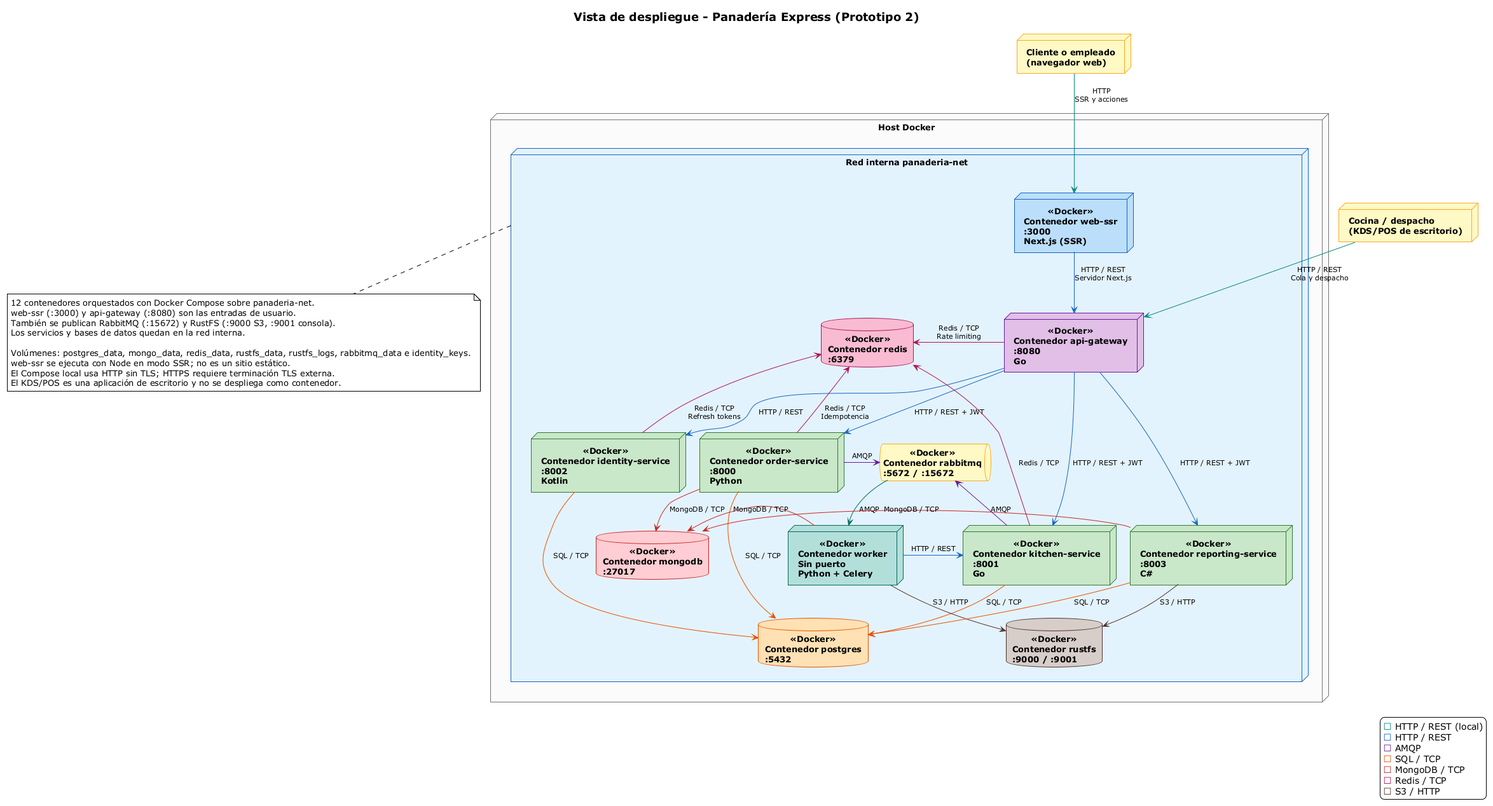
The PlantUML diagram g3-H-PanTech/docs/tiers_despliegue P2.png in unal-sw-arch/swarch-2026ii, before a commit. Source of this version:
```plantuml
@startuml
!theme plain
top to bottom direction
skinparam shadowing false
skinparam defaultFontSize 13
skinparam nodesep 22
skinparam ranksep 38
skinparam ArrowFontSize 11
skinparam titleFontSize 18
skinparam titleFontStyle bold
skinparam node {
  FontStyle bold
}
skinparam database {
  FontStyle bold
}
skinparam queue {
  FontStyle bold
}

title Vista de despliegue - Panadería Express (Prototipo 2)

node "Cliente o empleado\n(navegador web)" as Browser #FFF9C4;line:F9A825
node "Cocina / despacho\n(KDS/POS de escritorio)" as KDS #FFF9C4;line:F9A825

node "Host Docker" as Host #FAFAFA;line:757575 {
  node "Red interna panaderia-net" as Net #E3F2FD;line:1565C0 {
    node "Contenedor web-ssr\n:3000\nNext.js (SSR)" as Web <<Docker>> #BBDEFB;line:1565C0
    node "Contenedor api-gateway\n:8080\nGo" as GW <<Docker>> #E1BEE7;line:6A1B9A

    node "Contenedor identity-service\n:8002\nKotlin" as Identity <<Docker>> #C8E6C9;line:2E7D32
    node "Contenedor order-service\n:8000\nPython" as Order <<Docker>> #C8E6C9;line:2E7D32
    node "Contenedor kitchen-service\n:8001\nGo" as Kitchen <<Docker>> #C8E6C9;line:2E7D32
    node "Contenedor reporting-service\n:8003\nC#" as Reporting <<Docker>> #C8E6C9;line:2E7D32
    node "Contenedor worker\nSin puerto\nPython + Celery" as Worker <<Docker>> #B2DFDB;line:00695C

    queue "Contenedor rabbitmq\n:5672 / :15672" as MQ <<Docker>> #FFF9C4;line:F9A825

    database "Contenedor postgres\n:5432" as PG <<Docker>> #FFE0B2;line:E65100
    database "Contenedor mongodb\n:27017" as Mongo <<Docker>> #FFCDD2;line:C62828
    database "Contenedor redis\n:6379" as Redis <<Docker>> #F8BBD0;line:AD1457
    database "Contenedor rustfs\n:9000 / :9001" as RustFS <<Docker>> #D7CCC8;line:4E342E
  }
}

Browser -[#00897B]down-> Web : HTTP\nSSR y acciones
KDS -[#00897B]down-> GW : HTTP / REST\nCola y despacho

Web -[#1565C0]down-> GW : HTTP / REST\nServidor Next.js

GW -[#1565C0]down-> Identity : HTTP / REST
GW -[#1565C0]down-> Order : HTTP / REST + JWT
GW -[#1565C0]down-> Kitchen : HTTP / REST + JWT
GW -[#1565C0]down-> Reporting : HTTP / REST + JWT

GW -[#AD1457]left-> Redis : Redis / TCP\nRate limiting
Identity -[#E65100]down-> PG : SQL / TCP
Identity -[#AD1457]left-> Redis : Redis / TCP\nRefresh tokens
Order -[#E65100]down-> PG : SQL / TCP
Order -[#C62828]right-> Mongo : MongoDB / TCP
Order -[#AD1457]left-> Redis : Redis / TCP\nIdempotencia
Order -[#6A1B9A]right-> MQ : AMQP
Kitchen -[#E65100]down-> PG : SQL / TCP
Kitchen -[#AD1457]down-> Redis : Redis / TCP
Kitchen -[#6A1B9A]left-> MQ : AMQP
MQ -[#00695C]down-> Worker : AMQP
Worker -[#1565C0]right-> Kitchen : HTTP / REST
Worker -[#C62828]left-> Mongo : MongoDB / TCP
Worker -[#4E342E]down-> RustFS : S3 / HTTP
Reporting -[#E65100]down-> PG : SQL / TCP
Reporting -[#C62828]left-> Mongo : MongoDB / TCP
Reporting -[#4E342E]down-> RustFS : S3 / HTTP

note bottom of Net
  12 contenedores orquestados con Docker Compose sobre panaderia-net.
  web-ssr (:3000) y api-gateway (:8080) son las entradas de usuario.
  También se publican RabbitMQ (:15672) y RustFS (:9000 S3, :9001 consola).
  Los servicios y bases de datos quedan en la red interna.

  Volúmenes: postgres_data, mongo_data, redis_data, rustfs_data, rustfs_logs, rabbitmq_data e identity_keys.
  web-ssr se ejecuta con Node en modo SSR; no es un sitio estático.
  El Compose local usa HTTP sin TLS; HTTPS requiere terminación TLS externa.
  El KDS/POS es una aplicación de escritorio y no se despliega como contenedor.
end note

legend right
  <color:#00897B>■</color> HTTP / REST (local)
  <color:#1565C0>■</color> HTTP / REST
  <color:#6A1B9A>■</color> AMQP
  <color:#E65100>■</color> SQL / TCP
  <color:#C62828>■</color> MongoDB / TCP
  <color:#AD1457>■</color> Redis / TCP
  <color:#4E342E>■</color> S3 / HTTP
endlegend

@enduml
```
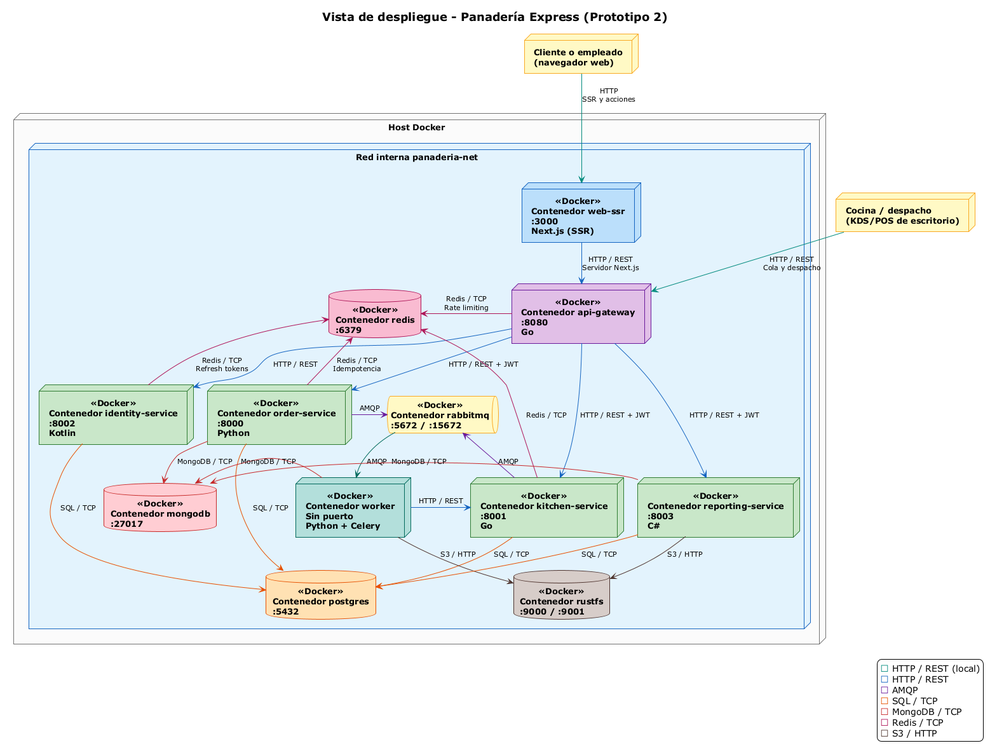
Above is the later version.

Commit message:
docs: remove deployment diagram note

Change to the diagram source:
```diff
@@ -71,18 +71,6 @@
 Reporting -[#C62828]left-> Mongo : MongoDB / TCP
 Reporting -[#4E342E]down-> RustFS : S3 / HTTP
 
-note bottom of Net
-  12 contenedores orquestados con Docker Compose sobre panaderia-net.
-  web-ssr (:3000) y api-gateway (:8080) son las entradas de usuario.
-  También se publican RabbitMQ (:15672) y RustFS (:9000 S3, :9001 consola).
-  Los servicios y bases de datos quedan en la red interna.
-
-  Volúmenes: postgres_data, mongo_data, redis_data, rustfs_data, rustfs_logs, rabbitmq_data e identity_keys.
-  web-ssr se ejecuta con Node en modo SSR; no es un sitio estático.
-  El Compose local usa HTTP sin TLS; HTTPS requiere terminación TLS externa.
-  El KDS/POS es una aplicación de escritorio y no se despliega como contenedor.
-end note
-
 legend right
   <color:#00897B>■</color> HTTP / REST (local)
   <color:#1565C0>■</color> HTTP / REST
```
